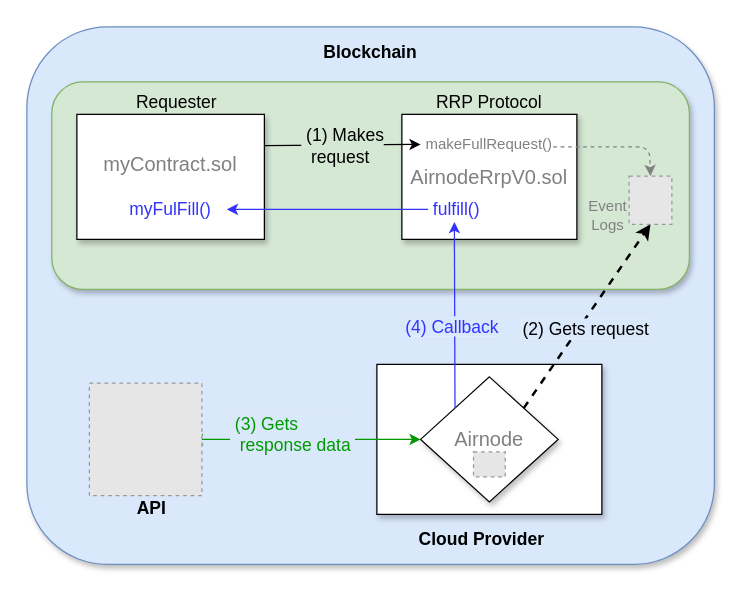
This is docs/reference/airnode/latest/assets/diagrams/developer-overview.drawio from api3dao/vitepress-docs, a draw.io file, before an edit. Source tidied: cells renumbered, new cells numbered last; positions are measured from the earlier drawing's top-left corner, leaving out a move shared by most shapes. Both pictures are drawn from the tidied source at 125%, with x=0, y=0 at pixel (26, 26). Pictures stored in the file or linked from it are replaced by grey dashed boxes.
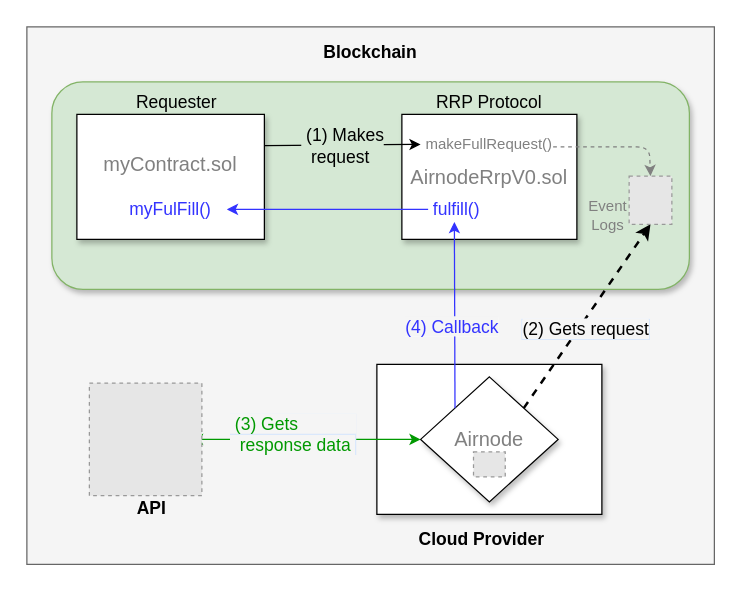
The same page after the edit.

Unchanged cells that the change refers to:
```xml
<mxCell id="11" style="endArrow=classic;startArrow=classic;html=1;exitX=0;exitY=0.5;exitDx=0;exitDy=0;strokeColor=#009900;" parent="1" edge="1" source="10">
  <mxGeometry relative="1" as="geometry">
    <mxPoint x="132" y="330" as="targetPoint" />
  </mxGeometry>
</mxCell>
<mxCell id="13" style="endArrow=classic;html=1;dashed=1;entryX=0.5;entryY=1;entryDx=0;entryDy=0;exitX=1;exitY=0;exitDx=0;exitDy=0;strokeWidth=2;" parent="1" edge="1" source="10" target="29">
  <mxGeometry relative="1" as="geometry" />
</mxCell>
```

What changed in the source:
```diff
@@
-    <mxCell id="2" style="rounded=1;whiteSpace=wrap;html=1;fillColor=#dae8fc;strokeColor=#6c8ebf;shadow=1;" parent="1" vertex="1">
+    <mxCell id="2" style="rounded=0;whiteSpace=wrap;html=1;shadow=0;fillColor=#f5f5f5;fontColor=#333333;strokeColor=#666666;" parent="1" vertex="1">
       <mxGeometry width="550" height="430" as="geometry" />
     </mxCell>
@@
-    <mxCell id="12" value="&lt;font style=&quot;font-size: 14px&quot; color=&quot;#009900&quot;&gt;&amp;nbsp;(3) Gets &lt;br&gt;&amp;nbsp; response data&amp;nbsp;&lt;/font&gt;" style="edgeLabel;html=1;align=left;verticalAlign=middle;fontSize=11;fontColor=#3333FF;labelBackgroundColor=#DAE8FC;" parent="11" vertex="1">
+    <mxCell id="12" value="&lt;font style=&quot;font-size: 14px; background-color: rgb(245, 245, 245);&quot; color=&quot;#009900&quot;&gt;&amp;nbsp;(3) Gets&amp;nbsp; &amp;nbsp; &amp;nbsp; &amp;nbsp; &amp;nbsp; &amp;nbsp;&amp;nbsp;&lt;br&gt;&amp;nbsp; response data&amp;nbsp;&lt;/font&gt;" style="edgeLabel;html=1;align=left;verticalAlign=middle;fontSize=11;fontColor=#3333FF;labelBackgroundColor=#DAE8FC;" parent="11" vertex="1">
       <mxGeometry x="0.07" relative="1" as="geometry">
         <mxPoint x="-56" y="-5" as="offset" />
       </mxGeometry>
     </mxCell>
@@
-    <mxCell id="14" value="&lt;font style=&quot;font-size: 14px; background-color: rgb(218, 232, 252); line-height: 1;&quot;&gt;(2) Gets request&lt;/font&gt;" style="edgeLabel;html=1;align=center;verticalAlign=middle;labelBorderColor=#DAE8FC;" parent="13" vertex="1">
+    <mxCell id="14" value="&lt;font style=&quot;font-size: 14px; line-height: 1; background-color: rgb(245, 245, 245);&quot;&gt;(2) Gets request&lt;/font&gt;" style="edgeLabel;html=1;align=center;verticalAlign=middle;labelBorderColor=#DAE8FC;" parent="13" vertex="1">
       <mxGeometry relative="1" as="geometry">
         <mxPoint x="-2" y="10" as="offset" />
       </mxGeometry>
     </mxCell>
@@
-    <mxCell id="18" value="&lt;font style=&quot;font-size: 14px; background-color: rgb(218, 232, 252); line-height: 1;&quot;&gt;&lt;font style=&quot;font-size: 14px&quot;&gt;(4)&lt;/font&gt;&lt;font style=&quot;font-size: 14px&quot;&gt; Callback&lt;/font&gt;&lt;/font&gt;" style="endArrow=classic;html=1;fontSize=11;fontColor=#3333FF;strokeColor=#3333FF;entryX=0.5;entryY=1;entryDx=0;entryDy=0;exitX=0;exitY=0;exitDx=0;exitDy=0;strokeWidth=1;" parent="1" edge="1">
+    <mxCell id="18" value="&lt;font style=&quot;font-size: 14px; line-height: 1; background-color: rgb(245, 245, 245);&quot;&gt;&lt;font style=&quot;font-size: 14px;&quot;&gt;(4)&lt;/font&gt;&lt;font style=&quot;font-size: 14px;&quot;&gt; Callback&lt;/font&gt;&lt;/font&gt;" style="endArrow=classic;html=1;fontSize=11;fontColor=#3333FF;strokeColor=#3333FF;entryX=0.5;entryY=1;entryDx=0;entryDy=0;exitX=0;exitY=0;exitDx=0;exitDy=0;strokeWidth=1;" parent="1" edge="1">
       <mxGeometry x="-0.13" y="2" relative="1" as="geometry">
         <mxPoint x="342.5" y="305" as="sourcePoint" />
         <mxPoint x="342" y="156" as="targetPoint" />
       </mxGeometry>
     </mxCell>
```
